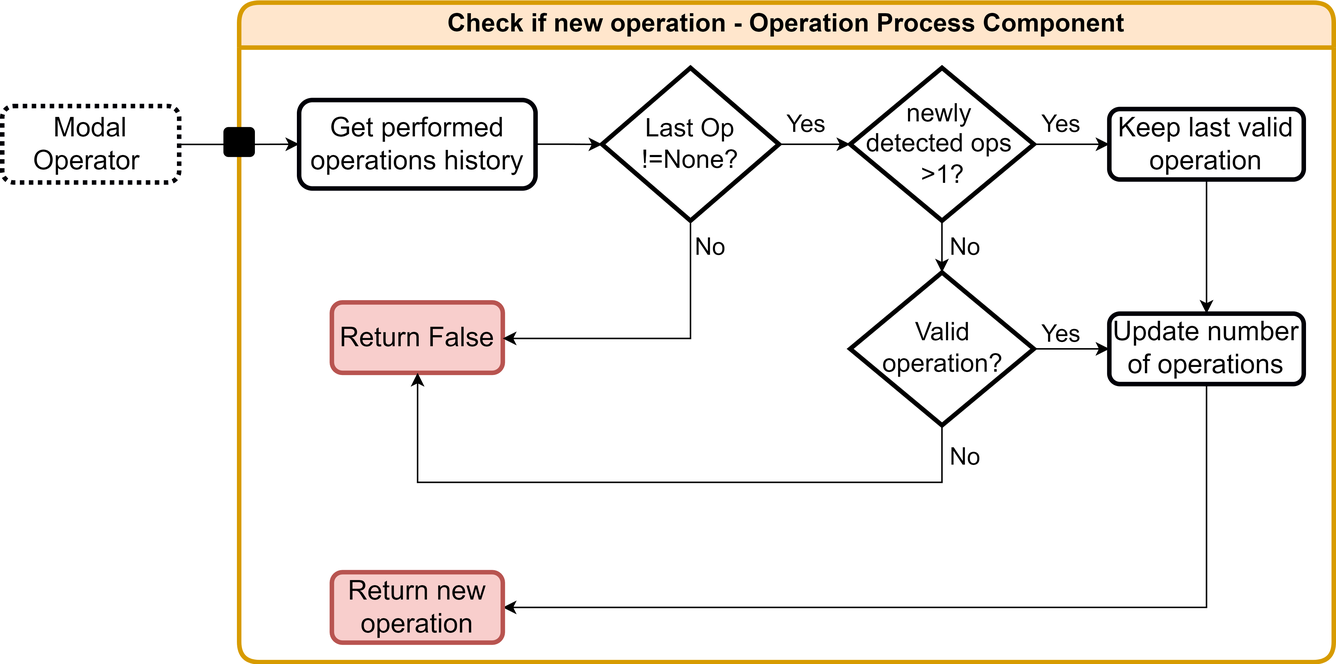
namitopier/blenderRecommenderSystem keeps this draw.io diagram as Diagrams/OperationProcessor/CheckNewOp.png. Above is the earlier version. Source tidied: cells renumbered, new cells last; positions are measured from the earlier drawing's top-left corner, leaving out a move shared by most shapes. Its diagram source:
```xml
<mxGraphModel>
  <root>
    <mxCell id="0" />
    <mxCell id="1" parent="0" />
    <mxCell id="2" style="edgeStyle=orthogonalEdgeStyle;rounded=0;jettySize=auto;html=1;" parent="1" edge="1" source="3" target="8">
      <mxGeometry relative="1" as="geometry" />
    </mxCell>
    <mxCell id="3" value="Modal Operator&amp;nbsp;" style="rounded=1;whiteSpace=wrap;html=1;fontSize=18;labelBorderColor=none;strokeColor=#000008;strokeWidth=3;dashed=1;dashPattern=1 1;" parent="1" vertex="1">
      <mxGeometry y="69.2" width="118" height="51" as="geometry" />
    </mxCell>
    <mxCell id="4" value="Check if new operation - Operation Process Component" style="swimlane;whiteSpace=wrap;html=1;rounded=1;fillColor=#ffe6cc;strokeColor=#d79b00;fontSize=17;spacing=2;startSize=30;strokeWidth=3;" parent="1" vertex="1">
      <mxGeometry x="158" y="0.2" width="730" height="440" as="geometry" />
    </mxCell>
    <mxCell id="5" style="rounded=1;whiteSpace=wrap;html=1;fillColor=#000000;" parent="4" vertex="1">
      <mxGeometry x="-10" y="83.5" width="20" height="19" as="geometry" />
    </mxCell>
    <mxCell id="6" value="Return False" style="rounded=1;whiteSpace=wrap;html=1;fontSize=18;labelBorderColor=none;strokeWidth=3;fillColor=#f8cecc;strokeColor=#b85450;" parent="1" vertex="1">
      <mxGeometry x="219.8" y="200.2" width="114" height="47" as="geometry" />
    </mxCell>
    <mxCell id="7" style="edgeStyle=orthogonalEdgeStyle;rounded=0;jettySize=auto;html=1;" parent="1" edge="1" source="8" target="11">
      <mxGeometry relative="1" as="geometry" />
    </mxCell>
    <mxCell id="8" value="Get performed operations history" style="rounded=1;whiteSpace=wrap;html=1;fontSize=18;labelBorderColor=none;strokeColor=#000008;strokeWidth=3;" parent="1" vertex="1">
      <mxGeometry x="198" y="65.2" width="157.7" height="59" as="geometry" />
    </mxCell>
    <mxCell id="9" style="edgeStyle=orthogonalEdgeStyle;rounded=0;jettySize=auto;html=1;" parent="1" edge="1" source="11" target="6">
      <mxGeometry relative="1" as="geometry">
        <Array as="points">
          <mxPoint x="459" y="224.2" />
        </Array>
      </mxGeometry>
    </mxCell>
    <mxCell id="10" style="edgeStyle=orthogonalEdgeStyle;rounded=0;jettySize=auto;html=1;" parent="1" edge="1" source="11" target="15">
      <mxGeometry relative="1" as="geometry" />
    </mxCell>
    <mxCell id="11" value="Last Op !=None?" style="rhombus;whiteSpace=wrap;html=1;fontSize=17;strokeWidth=3;" parent="1" vertex="1">
      <mxGeometry x="400" y="43.8" width="118" height="102" as="geometry" />
    </mxCell>
    <mxCell id="12" value="No" style="edgeLabel;html=1;align=center;verticalAlign=middle;fontSize=16;" parent="1" vertex="1">
      <mxGeometry x="463.3" y="145.8" as="geometry">
        <mxPoint x="8" y="17" as="offset" />
      </mxGeometry>
    </mxCell>
    <mxCell id="13" style="edgeStyle=orthogonalEdgeStyle;rounded=0;jettySize=auto;html=1;" parent="1" edge="1" source="15" target="18">
      <mxGeometry relative="1" as="geometry" />
    </mxCell>
    <mxCell id="14" style="edgeStyle=orthogonalEdgeStyle;rounded=0;jettySize=auto;html=1;" parent="1" edge="1" source="15" target="22">
      <mxGeometry relative="1" as="geometry" />
    </mxCell>
    <mxCell id="15" value="newly&amp;nbsp;&lt;div&gt;detected ops&amp;nbsp;&lt;/div&gt;&lt;div&gt;&amp;gt;1?&lt;/div&gt;" style="rhombus;whiteSpace=wrap;html=1;fontSize=17;strokeWidth=3;" parent="1" vertex="1">
      <mxGeometry x="565.5" y="43.8" width="122.5" height="102" as="geometry" />
    </mxCell>
    <mxCell id="16" value="Yes" style="edgeLabel;html=1;align=center;verticalAlign=middle;fontSize=16;" parent="1" vertex="1">
      <mxGeometry x="529.3" y="94.8" as="geometry">
        <mxPoint x="6" y="-14" as="offset" />
      </mxGeometry>
    </mxCell>
    <mxCell id="17" style="edgeStyle=orthogonalEdgeStyle;rounded=0;jettySize=auto;html=1;" parent="1" edge="1" source="18" target="24">
      <mxGeometry relative="1" as="geometry" />
    </mxCell>
    <mxCell id="18" value="Keep last valid operation" style="rounded=1;whiteSpace=wrap;html=1;fontSize=18;labelBorderColor=none;strokeColor=#000008;strokeWidth=3;" parent="1" vertex="1">
      <mxGeometry x="738.3" y="71.2" width="129.7" height="47" as="geometry" />
    </mxCell>
    <mxCell id="19" value="Yes" style="edgeLabel;html=1;align=center;verticalAlign=middle;fontSize=16;" parent="1" vertex="1">
      <mxGeometry x="699.3" y="94.8" as="geometry">
        <mxPoint x="6" y="-14" as="offset" />
      </mxGeometry>
    </mxCell>
    <mxCell id="20" style="edgeStyle=orthogonalEdgeStyle;rounded=0;jettySize=auto;html=1;" parent="1" edge="1" source="22" target="24">
      <mxGeometry relative="1" as="geometry" />
    </mxCell>
    <mxCell id="21" style="edgeStyle=orthogonalEdgeStyle;rounded=0;jettySize=auto;html=1;" parent="1" edge="1" source="22" target="6">
      <mxGeometry relative="1" as="geometry">
        <Array as="points">
          <mxPoint x="627" y="320.2" />
          <mxPoint x="277" y="320.2" />
        </Array>
      </mxGeometry>
    </mxCell>
    <mxCell id="22" value="Valid operation?" style="rhombus;whiteSpace=wrap;html=1;fontSize=17;strokeWidth=3;" parent="1" vertex="1">
      <mxGeometry x="565.5" y="180.2" width="122.5" height="102" as="geometry" />
    </mxCell>
    <mxCell id="23" style="edgeStyle=orthogonalEdgeStyle;rounded=0;jettySize=auto;html=1;exitX=0.5;exitY=1;exitDx=0;exitDy=0;entryX=1;entryY=0.5;entryDx=0;entryDy=0;" parent="1" edge="1" source="24" target="28">
      <mxGeometry relative="1" as="geometry" />
    </mxCell>
    <mxCell id="24" value="Update number of operations" style="rounded=1;whiteSpace=wrap;html=1;fontSize=18;labelBorderColor=none;strokeColor=#000008;strokeWidth=3;" parent="1" vertex="1">
      <mxGeometry x="738.3" y="207.8" width="129.7" height="47" as="geometry" />
    </mxCell>
    <mxCell id="25" value="Yes" style="edgeLabel;html=1;align=center;verticalAlign=middle;fontSize=16;" parent="1" vertex="1">
      <mxGeometry x="699.3" y="234.8" as="geometry">
        <mxPoint x="6" y="-14" as="offset" />
      </mxGeometry>
    </mxCell>
    <mxCell id="26" value="No" style="edgeLabel;html=1;align=center;verticalAlign=middle;fontSize=16;" parent="1" vertex="1">
      <mxGeometry x="633.3" y="145.8" as="geometry">
        <mxPoint x="8" y="17" as="offset" />
      </mxGeometry>
    </mxCell>
    <mxCell id="27" value="No" style="edgeLabel;html=1;align=center;verticalAlign=middle;fontSize=16;" parent="1" vertex="1">
      <mxGeometry x="633.3" y="285.8" as="geometry">
        <mxPoint x="8" y="17" as="offset" />
      </mxGeometry>
    </mxCell>
    <mxCell id="28" value="Return new operation" style="rounded=1;whiteSpace=wrap;html=1;fontSize=18;labelBorderColor=none;strokeWidth=3;fillColor=#f8cecc;strokeColor=#b85450;" parent="1" vertex="1">
      <mxGeometry x="219.8" y="380.2" width="114" height="47" as="geometry" />
    </mxCell>
  </root>
</mxGraphModel>
```
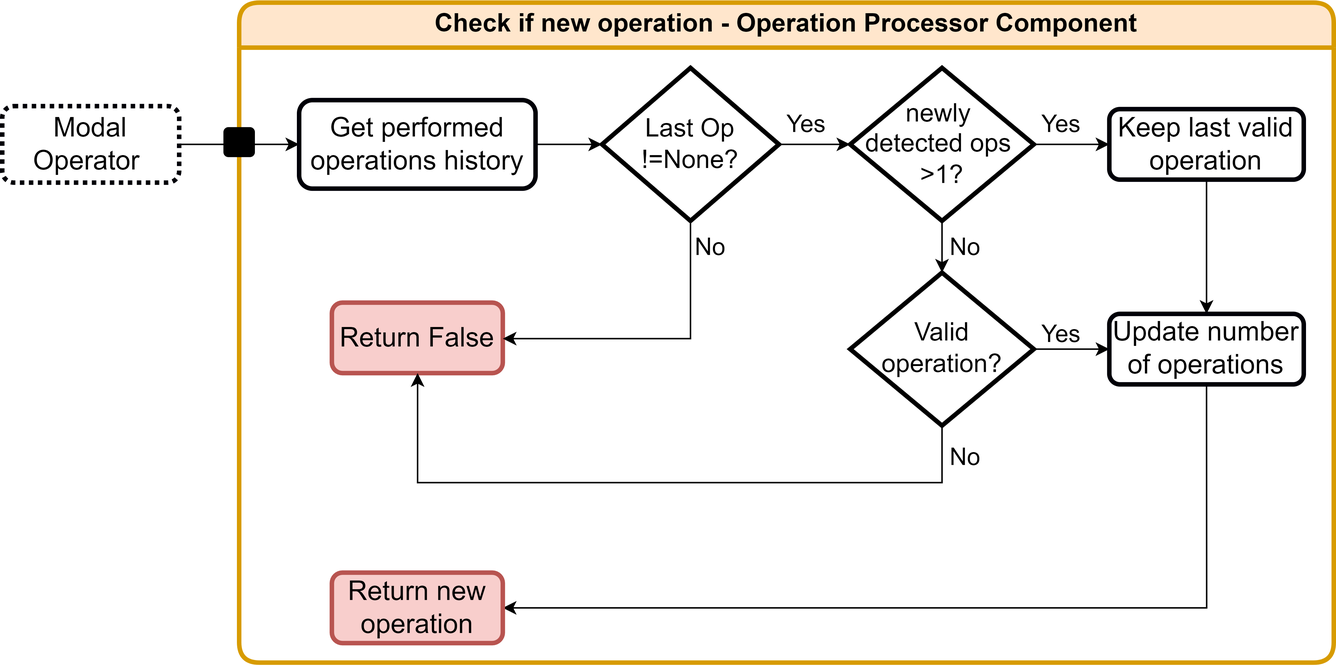
Above is the later version.

What changed in the source:
```diff
@@ -8,7 +8,7 @@
     <mxCell id="3" value="Modal Operator&amp;nbsp;" style="rounded=1;whiteSpace=wrap;html=1;fontSize=18;labelBorderColor=none;strokeColor=#000008;strokeWidth=3;dashed=1;dashPattern=1 1;" parent="1" vertex="1">
       <mxGeometry y="69.2" width="118" height="51" as="geometry" />
     </mxCell>
-    <mxCell id="4" value="Check if new operation - Operation Process Component" style="swimlane;whiteSpace=wrap;html=1;rounded=1;fillColor=#ffe6cc;strokeColor=#d79b00;fontSize=17;spacing=2;startSize=30;strokeWidth=3;" parent="1" vertex="1">
+    <mxCell id="4" value="Check if new operation - Operation Processor Component" style="swimlane;whiteSpace=wrap;html=1;rounded=1;fillColor=#ffe6cc;strokeColor=#d79b00;fontSize=17;spacing=2;startSize=30;strokeWidth=3;" parent="1" vertex="1">
       <mxGeometry x="158" y="0.2" width="730" height="440" as="geometry" />
     </mxCell>
     <mxCell id="5" style="rounded=1;whiteSpace=wrap;html=1;fillColor=#000000;" parent="4" vertex="1">
```
